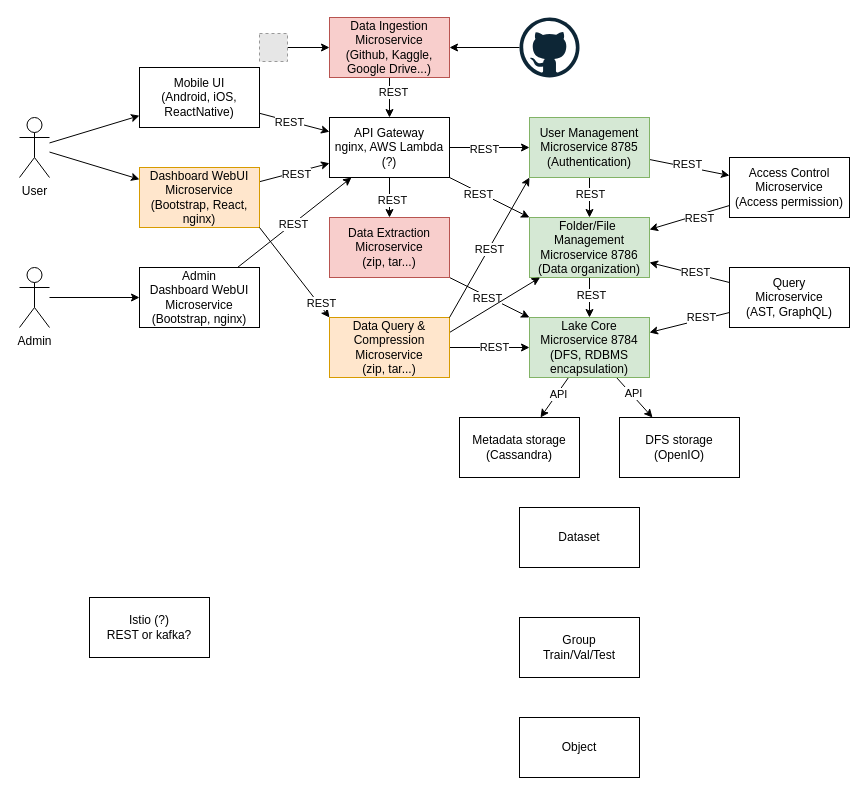
The draw.io diagram docs/arch.drawio in larycoder/ulake-internship, before the edit. Source tidied: cells renumbered, new cells numbered last; positions are measured from the earlier drawing's top-left corner, leaving out a move shared by most shapes. Both pictures are drawn from the tidied source at 100%, with x=0, y=0 at pixel (19, 17). Pictures stored in the file or linked from it are replaced by grey dashed boxes.
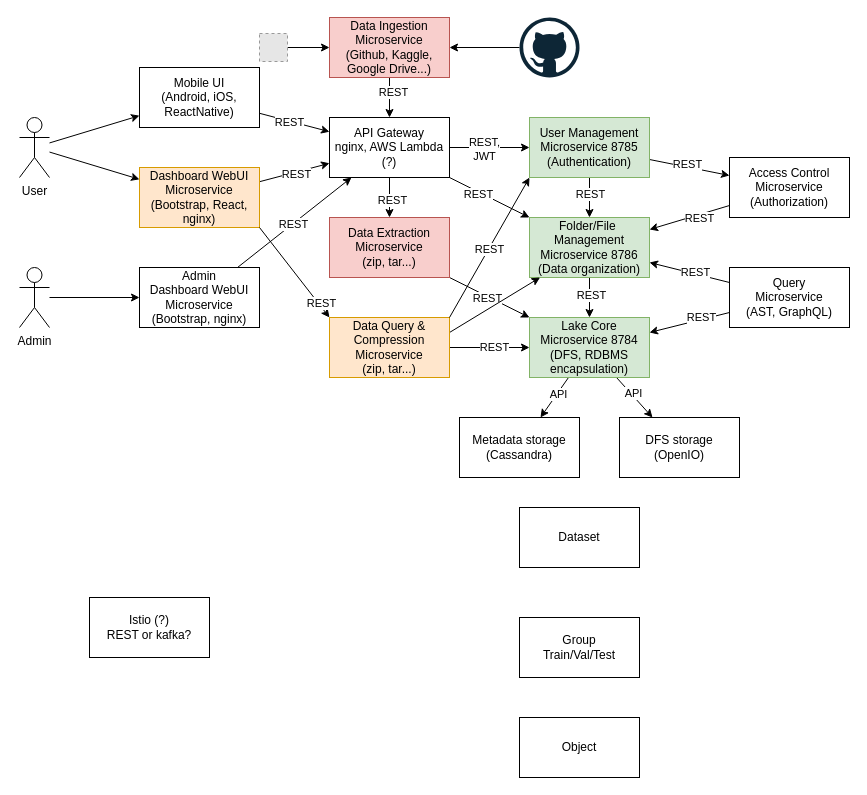
The same diagram, later.

Commit message:
docs: Add some notions for jwt authentication

The change refers to these unchanged cells:
```xml
<mxCell id="2" style="edgeStyle=orthogonalEdgeStyle;rounded=0;jettySize=auto;html=1;" parent="1" edge="1" source="8" target="16">
  <mxGeometry relative="1" as="geometry" />
</mxCell>
```

The edit, as a diff of the source:
```diff
@@
-    <mxCell id="3" value="REST" style="edgeLabel;html=1;align=center;verticalAlign=middle;" parent="2" vertex="1">
+    <mxCell id="3" value="REST,&lt;br&gt;JWT" style="edgeLabel;html=1;align=center;verticalAlign=middle;" parent="2" vertex="1">
       <mxGeometry x="-0.14" y="-1" relative="1" as="geometry" />
     </mxCell>
@@
-    <mxCell id="32" value="Access Control&lt;br&gt;Microservice&lt;br&gt;(Access permission)" style="rounded=0;whiteSpace=wrap;html=1;" parent="1" vertex="1">
+    <mxCell id="32" value="Access Control&lt;br&gt;Microservice&lt;br&gt;(Authorization)" style="rounded=0;whiteSpace=wrap;html=1;" parent="1" vertex="1">
       <mxGeometry x="710" y="140" width="120" height="60" as="geometry" />
     </mxCell>
```
